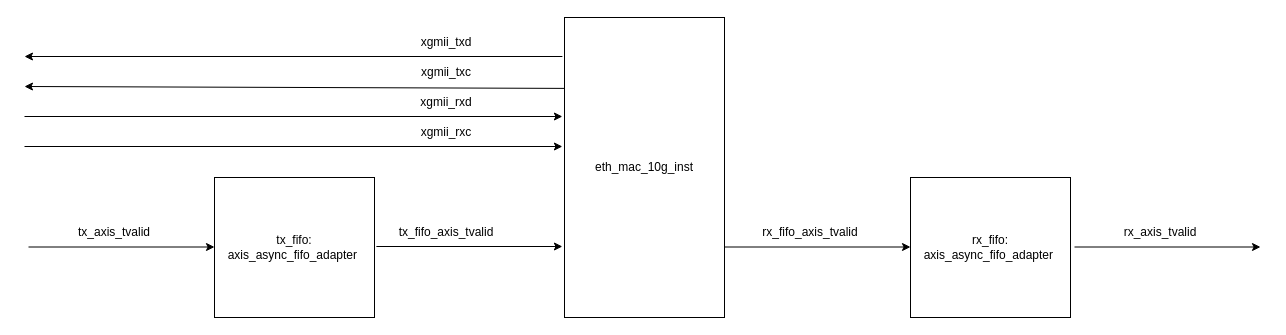
gdhzyz/draws keeps this draw.io diagram as page "eth_mac_10g_fifo" (4 of 6) of verilog-ethernet.drawio. Above is the earlier version. Source tidied: cells renumbered, new cells numbered last; positions are measured from the earlier drawing's top-left corner, leaving out a move shared by most shapes. Both pictures are drawn from the tidied source at 100%, with x=0, y=0 at pixel (24, 17).
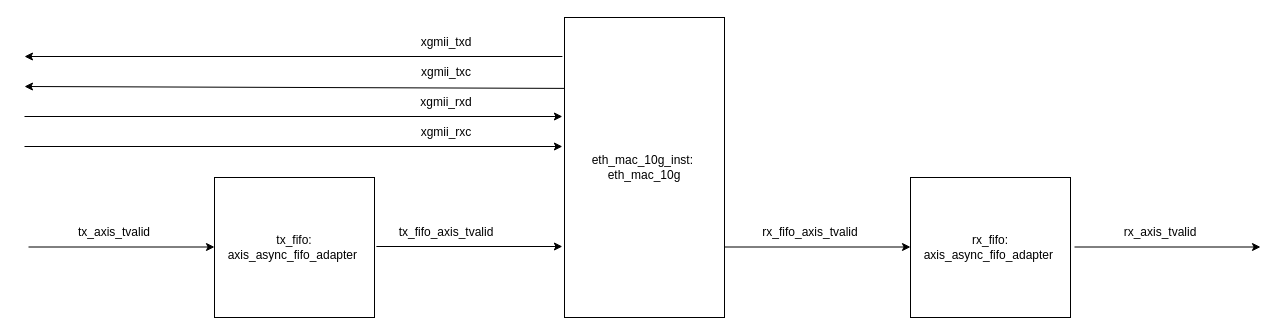
The same page after the edit.

What changed in the source:
```diff
@@
-    <mxCell id="2" value="eth_mac_10g_inst" style="rounded=0;whiteSpace=wrap;html=1;" parent="1" vertex="1">
+    <mxCell id="2" value="eth_mac_10g_inst:&amp;nbsp;&lt;div&gt;eth_mac_10g&lt;br&gt;&lt;/div&gt;" style="rounded=0;whiteSpace=wrap;html=1;" parent="1" vertex="1">
       <mxGeometry x="540" width="160" height="300" as="geometry" />
     </mxCell>
```
